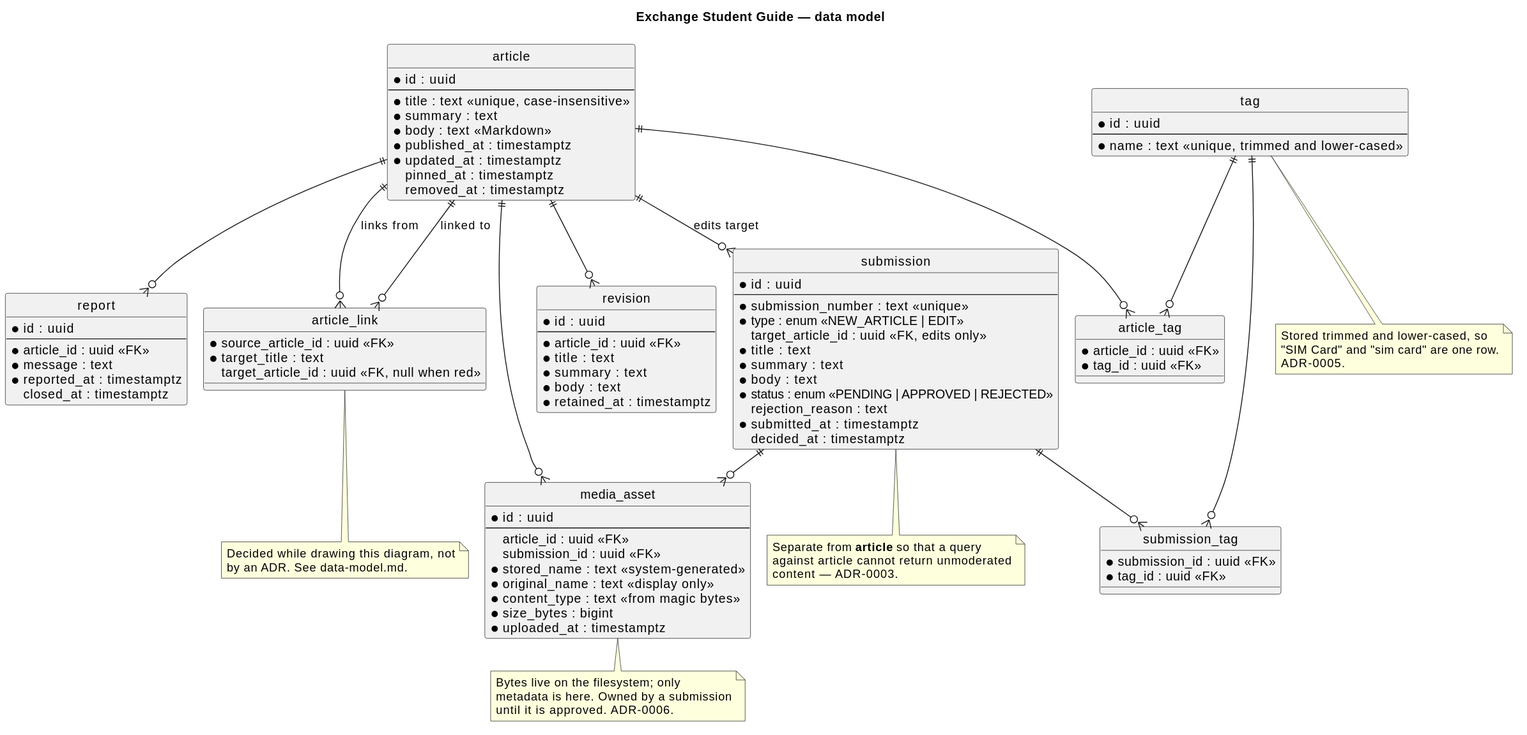
Above: docs/diagrams/out/erd.svg in rikire/Exchange-Student-Guide-Platform (PlantUML), before the change.
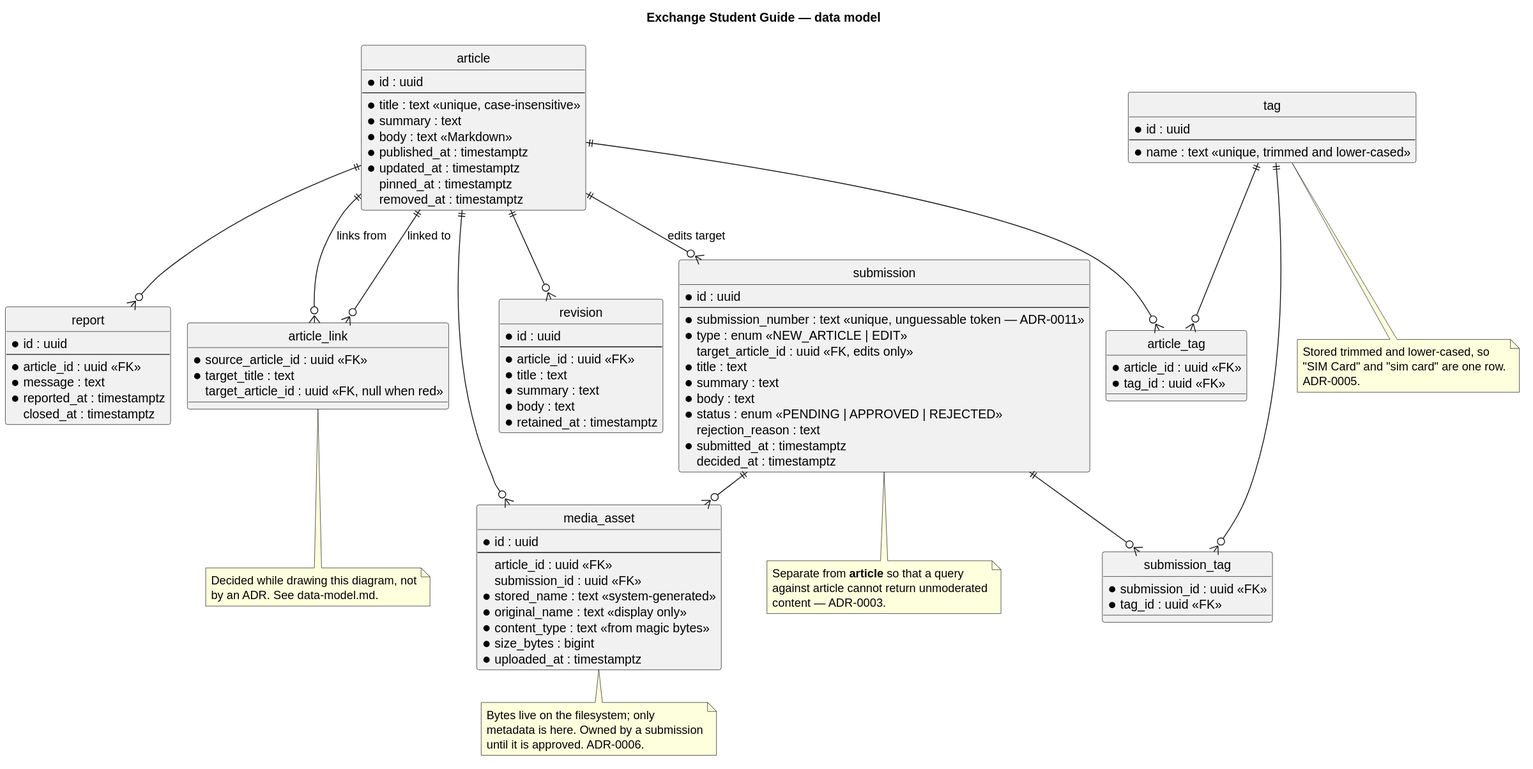
Later version of the same file.

Commit message:
docs(ADR-0011): record the submission number as an unguessable token

What changed in the source:
```diff
@@ -20,7 +20,7 @@
 entity "submission" as submission {
   * id : uuid
   --
-  * submission_number : text <<unique>>
+  * submission_number : text <<unique, unguessable token — ADR-0011>>
   * type : enum <<NEW_ARTICLE | EDIT>>
   target_article_id : uuid <<FK, edits only>>
   * title : text
```
